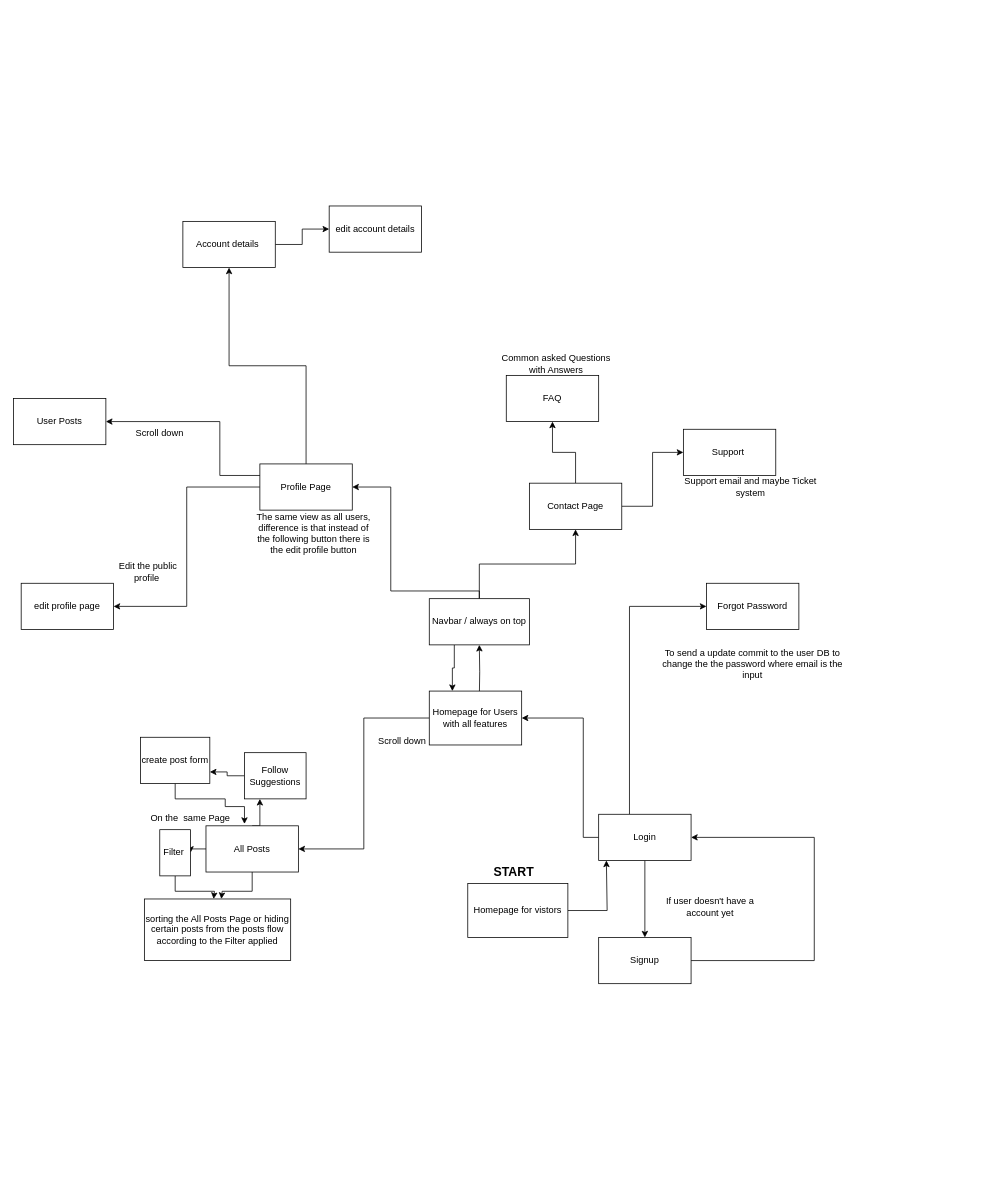
Before: Copy of Website_flow.drawio in MerlinJu/Flask-Website, a draw.io diagram. Source tidied: cells renumbered, new cells numbered last; positions are measured from the earlier drawing's top-left corner, leaving out a move shared by most shapes. Both pictures are drawn from the tidied source at 77%, with x=0, y=0 at pixel (13, 206).
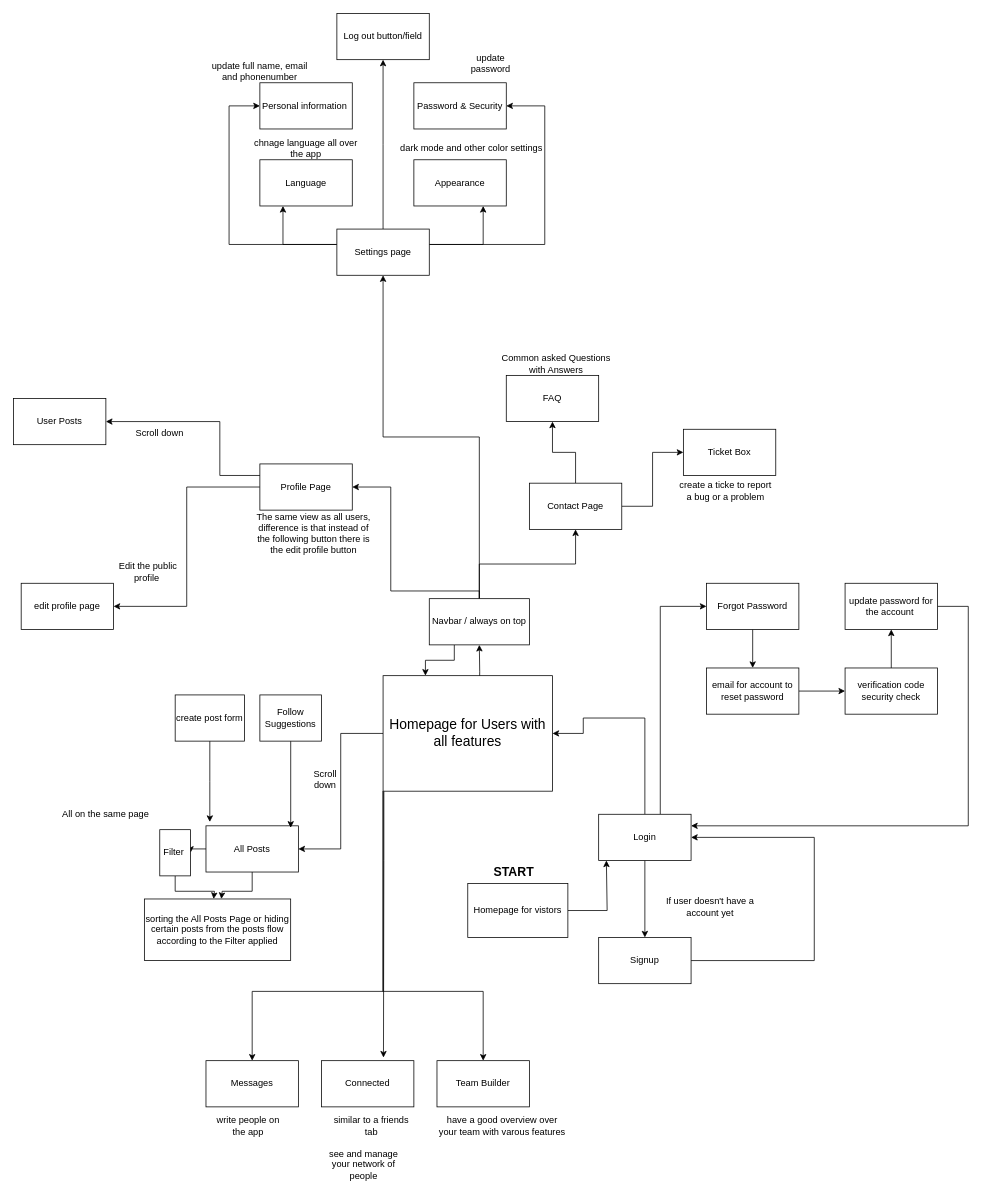
Above is the later version.

The change refers to these unchanged cells:
```xml
<mxCell id="7" value="Login" style="rounded=0;whiteSpace=wrap;html=1;" parent="1" vertex="1">
  <mxGeometry x="760" y="790" width="120" height="60" as="geometry" />
</mxCell>
<mxCell id="17" value="All Posts" style="rounded=0;whiteSpace=wrap;html=1;" parent="1" vertex="1">
  <mxGeometry x="250" y="805" width="120" height="60" as="geometry" />
</mxCell>
<mxCell id="21" value="Forgot Password" style="rounded=0;whiteSpace=wrap;html=1;" parent="1" vertex="1">
  <mxGeometry x="900" y="490" width="120" height="60" as="geometry" />
</mxCell>
<mxCell id="36" value="Profile Page" style="rounded=0;whiteSpace=wrap;html=1;" parent="1" vertex="1">
  <mxGeometry x="320" y="335" width="120" height="60" as="geometry" />
</mxCell>
<mxCell id="52" value="Navbar / always on top" style="rounded=0;whiteSpace=wrap;html=1;" parent="1" vertex="1">
  <mxGeometry x="540" y="510" width="130" height="60" as="geometry" />
</mxCell>
```

The edit, as a diff of the source:
```diff
@@
     <mxCell id="4" style="edgeStyle=orthogonalEdgeStyle;rounded=0;jettySize=auto;html=1;entryX=0;entryY=0.5;entryDx=0;entryDy=0;" parent="1" edge="1" source="7" target="21">
       <mxGeometry relative="1" as="geometry">
         <Array as="points">
-          <mxPoint x="800" y="520" />
+          <mxPoint x="840" y="520" />
         </Array>
       </mxGeometry>
     </mxCell>
@@
+    <mxCell id="53" style="edgeStyle=orthogonalEdgeStyle;rounded=0;jettySize=auto;html=1;" parent="1" edge="1" source="13" target="82">
+      <mxGeometry relative="1" as="geometry">
+        <Array as="points">
+          <mxPoint x="480" y="1020" />
+          <mxPoint x="310" y="1020" />
+        </Array>
+      </mxGeometry>
+    </mxCell>
+    <mxCell id="54" style="edgeStyle=orthogonalEdgeStyle;rounded=0;jettySize=auto;html=1;" parent="1" edge="1" source="13" target="84">
+      <mxGeometry relative="1" as="geometry">
+        <Array as="points">
+          <mxPoint x="480" y="1020" />
+          <mxPoint x="610" y="1020" />
+        </Array>
+      </mxGeometry>
+    </mxCell>
+    <mxCell id="55" style="edgeStyle=orthogonalEdgeStyle;rounded=0;jettySize=auto;html=1;entryX=0.671;entryY=-0.067;entryDx=0;entryDy=0;entryPerimeter=0;" parent="1" edge="1" source="13" target="83">
+      <mxGeometry relative="1" as="geometry">
+        <Array as="points">
+          <mxPoint x="481" y="850" />
+          <mxPoint x="481" y="850" />
+        </Array>
+      </mxGeometry>
+    </mxCell>
-    <mxCell id="13" value="Homepage for Users with all features" style="rounded=0;whiteSpace=wrap;html=1;" parent="1" vertex="1">
-      <mxGeometry x="540" y="630" width="120" height="70" as="geometry" />
+    <mxCell id="13" value="&lt;font style=&quot;font-size: 18px;&quot;&gt;Homepage for Users with all features&lt;/font&gt;" style="rounded=0;whiteSpace=wrap;html=1;" parent="1" vertex="1">
+      <mxGeometry x="480" y="610" width="220" height="150" as="geometry" />
     </mxCell>
@@
-    <mxCell id="16" style="edgeStyle=orthogonalEdgeStyle;rounded=0;jettySize=auto;html=1;exitX=0.5;exitY=0;exitDx=0;exitDy=0;entryX=0.25;entryY=1;entryDx=0;entryDy=0;" parent="1" edge="1" source="17" target="46">
-      <mxGeometry relative="1" as="geometry" />
-    </mxCell>
@@
     <mxCell id="18" value="Scroll down" style="text;html=1;strokeColor=none;fillColor=none;align=center;verticalAlign=middle;whiteSpace=wrap;rounded=0;" parent="1" vertex="1">
-      <mxGeometry x="470" y="680" width="70" height="30" as="geometry" />
+      <mxGeometry x="380" y="730" width="50" height="30" as="geometry" />
     </mxCell>
@@
+    <mxCell id="56" style="edgeStyle=orthogonalEdgeStyle;rounded=0;jettySize=auto;html=1;" parent="1" edge="1" source="21" target="77">
+      <mxGeometry relative="1" as="geometry" />
+    </mxCell>
@@
-    <mxCell id="22" value="To send a update commit to the user DB to change the the password where email is the input" style="text;html=1;strokeColor=none;fillColor=none;align=center;verticalAlign=middle;whiteSpace=wrap;rounded=0;" parent="1" vertex="1">
-      <mxGeometry x="835" y="580" width="250" height="30" as="geometry" />
-    </mxCell>
@@
-    <mxCell id="24" value="On the&amp;nbsp; same Page" style="text;html=1;strokeColor=none;fillColor=none;align=center;verticalAlign=middle;whiteSpace=wrap;rounded=0;" parent="1" vertex="1">
-      <mxGeometry x="160" y="780" width="140" height="30" as="geometry" />
+    <mxCell id="24" value="All on the same page" style="text;html=1;strokeColor=none;fillColor=none;align=center;verticalAlign=middle;whiteSpace=wrap;rounded=0;" parent="1" vertex="1">
+      <mxGeometry x="50" y="775" width="140" height="30" as="geometry" />
     </mxCell>
@@
-    <mxCell id="29" value="Support&amp;nbsp;" style="rounded=0;whiteSpace=wrap;html=1;" parent="1" vertex="1">
+    <mxCell id="29" value="Ticket Box" style="rounded=0;whiteSpace=wrap;html=1;" parent="1" vertex="1">
       <mxGeometry x="870" y="290" width="120" height="60" as="geometry" />
     </mxCell>
@@
-    <mxCell id="32" value="Support email and maybe Ticket system" style="text;html=1;strokeColor=none;fillColor=none;align=center;verticalAlign=middle;whiteSpace=wrap;rounded=0;" parent="1" vertex="1">
-      <mxGeometry x="870" y="350" width="175" height="30" as="geometry" />
-    </mxCell>
@@
-    <mxCell id="35" style="edgeStyle=orthogonalEdgeStyle;rounded=0;jettySize=auto;html=1;" parent="1" edge="1" source="36" target="43">
-      <mxGeometry relative="1" as="geometry" />
-    </mxCell>
@@
-    <mxCell id="42" style="edgeStyle=orthogonalEdgeStyle;rounded=0;jettySize=auto;html=1;entryX=0;entryY=0.5;entryDx=0;entryDy=0;" parent="1" edge="1" source="43" target="44">
-      <mxGeometry relative="1" as="geometry" />
-    </mxCell>
-    <mxCell id="43" value="Account details&amp;nbsp;" style="rounded=0;whiteSpace=wrap;html=1;" parent="1" vertex="1">
-      <mxGeometry x="220" y="20" width="120" height="60" as="geometry" />
-    </mxCell>
-    <mxCell id="44" value="edit account details" style="rounded=0;whiteSpace=wrap;html=1;" parent="1" vertex="1">
-      <mxGeometry x="410" width="120" height="60" as="geometry" />
-    </mxCell>
-    <mxCell id="45" style="edgeStyle=orthogonalEdgeStyle;rounded=0;jettySize=auto;html=1;entryX=1;entryY=0.75;entryDx=0;entryDy=0;" parent="1" edge="1" source="46" target="48">
-      <mxGeometry relative="1" as="geometry" />
-    </mxCell>
+    <mxCell id="57" style="edgeStyle=orthogonalEdgeStyle;rounded=0;jettySize=auto;html=1;entryX=0.917;entryY=0.042;entryDx=0;entryDy=0;entryPerimeter=0;" parent="1" edge="1" source="46" target="17">
+      <mxGeometry relative="1" as="geometry" />
+    </mxCell>
     <mxCell id="46" value="Follow Suggestions" style="rounded=0;whiteSpace=wrap;html=1;" parent="1" vertex="1">
-      <mxGeometry x="300" y="710" width="80" height="60" as="geometry" />
+      <mxGeometry x="320" y="635" width="80" height="60" as="geometry" />
     </mxCell>
-    <mxCell id="47" style="edgeStyle=orthogonalEdgeStyle;rounded=0;jettySize=auto;html=1;entryX=1;entryY=0.75;entryDx=0;entryDy=0;" parent="1" edge="1" source="48" target="24">
-      <mxGeometry relative="1" as="geometry">
-        <Array as="points">
-          <mxPoint x="210" y="770" />
-          <mxPoint x="275" y="770" />
-          <mxPoint x="275" y="780" />
-          <mxPoint x="300" y="780" />
-        </Array>
-      </mxGeometry>
-    </mxCell>
+    <mxCell id="58" style="edgeStyle=orthogonalEdgeStyle;rounded=0;jettySize=auto;html=1;" parent="1" edge="1" source="48">
+      <mxGeometry relative="1" as="geometry">
+        <mxPoint x="255" y="800" as="targetPoint" />
+      </mxGeometry>
+    </mxCell>
     <mxCell id="48" value="create post form" style="rounded=0;whiteSpace=wrap;html=1;" parent="1" vertex="1">
-      <mxGeometry x="165" y="690" width="90" height="60" as="geometry" />
+      <mxGeometry x="210" y="635" width="90" height="60" as="geometry" />
     </mxCell>
@@
+    <mxCell id="59" style="edgeStyle=orthogonalEdgeStyle;rounded=0;jettySize=auto;html=1;" parent="1" edge="1" source="52" target="65">
+      <mxGeometry relative="1" as="geometry" />
+    </mxCell>
@@
+    <mxCell id="60" style="edgeStyle=orthogonalEdgeStyle;rounded=0;jettySize=auto;html=1;" parent="1" edge="1" source="65" target="70">
+      <mxGeometry relative="1" as="geometry">
+        <Array as="points">
+          <mxPoint x="480" y="-80" />
+          <mxPoint x="480" y="-80" />
+        </Array>
+      </mxGeometry>
+    </mxCell>
+    <mxCell id="61" style="edgeStyle=orthogonalEdgeStyle;rounded=0;jettySize=auto;html=1;entryX=0.25;entryY=1;entryDx=0;entryDy=0;" parent="1" edge="1" source="65" target="69">
+      <mxGeometry relative="1" as="geometry">
+        <Array as="points">
+          <mxPoint x="350" y="50" />
+        </Array>
+      </mxGeometry>
+    </mxCell>
+    <mxCell id="62" style="edgeStyle=orthogonalEdgeStyle;rounded=0;jettySize=auto;html=1;entryX=1;entryY=0.5;entryDx=0;entryDy=0;" parent="1" edge="1" source="65" target="67">
+      <mxGeometry relative="1" as="geometry">
+        <Array as="points">
+          <mxPoint x="690" y="50" />
+          <mxPoint x="690" y="-130" />
+        </Array>
+      </mxGeometry>
+    </mxCell>
+    <mxCell id="63" style="edgeStyle=orthogonalEdgeStyle;rounded=0;jettySize=auto;html=1;entryX=0;entryY=0.5;entryDx=0;entryDy=0;" parent="1" edge="1" source="65" target="66">
+      <mxGeometry relative="1" as="geometry">
+        <Array as="points">
+          <mxPoint x="280" y="50" />
+          <mxPoint x="280" y="-130" />
+        </Array>
+      </mxGeometry>
+    </mxCell>
+    <mxCell id="64" style="edgeStyle=orthogonalEdgeStyle;rounded=0;jettySize=auto;html=1;entryX=0.75;entryY=1;entryDx=0;entryDy=0;" parent="1" edge="1" source="65" target="68">
+      <mxGeometry relative="1" as="geometry">
+        <Array as="points">
+          <mxPoint x="610" y="50" />
+        </Array>
+      </mxGeometry>
+    </mxCell>
+    <mxCell id="65" value="Settings page" style="rounded=0;whiteSpace=wrap;html=1;" parent="1" vertex="1">
+      <mxGeometry x="420" y="30" width="120" height="60" as="geometry" />
+    </mxCell>
+    <mxCell id="66" value="Personal information&amp;nbsp;" style="rounded=0;whiteSpace=wrap;html=1;" parent="1" vertex="1">
+      <mxGeometry x="320" y="-160" width="120" height="60" as="geometry" />
+    </mxCell>
+    <mxCell id="67" value="Password &amp;amp; Security" style="rounded=0;whiteSpace=wrap;html=1;" parent="1" vertex="1">
+      <mxGeometry x="520" y="-160" width="120" height="60" as="geometry" />
+    </mxCell>
+    <mxCell id="68" value="Appearance" style="rounded=0;whiteSpace=wrap;html=1;" parent="1" vertex="1">
+      <mxGeometry x="520" y="-60" width="120" height="60" as="geometry" />
+    </mxCell>
+    <mxCell id="69" value="Language" style="rounded=0;whiteSpace=wrap;html=1;" parent="1" vertex="1">
+      <mxGeometry x="320" y="-60" width="120" height="60" as="geometry" />
+    </mxCell>
+    <mxCell id="70" value="Log out button/field" style="rounded=0;whiteSpace=wrap;html=1;" parent="1" vertex="1">
+      <mxGeometry x="420" y="-250" width="120" height="60" as="geometry" />
+    </mxCell>
+    <mxCell id="71" value="update password" style="text;html=1;strokeColor=none;fillColor=none;align=center;verticalAlign=middle;whiteSpace=wrap;rounded=0;" parent="1" vertex="1">
+      <mxGeometry x="590" y="-200" width="60" height="30" as="geometry" />
+    </mxCell>
+    <mxCell id="72" value="update full name, email and phonenumber" style="text;html=1;strokeColor=none;fillColor=none;align=center;verticalAlign=middle;whiteSpace=wrap;rounded=0;" parent="1" vertex="1">
+      <mxGeometry x="250" y="-190" width="140" height="30" as="geometry" />
+    </mxCell>
+    <mxCell id="73" value="chnage language all over the app" style="text;html=1;strokeColor=none;fillColor=none;align=center;verticalAlign=middle;whiteSpace=wrap;rounded=0;" parent="1" vertex="1">
+      <mxGeometry x="310" y="-90" width="140" height="30" as="geometry" />
+    </mxCell>
+    <mxCell id="74" value="dark mode and other color settings" style="text;html=1;strokeColor=none;fillColor=none;align=center;verticalAlign=middle;whiteSpace=wrap;rounded=0;" parent="1" vertex="1">
+      <mxGeometry x="500" y="-90" width="190" height="30" as="geometry" />
+    </mxCell>
+    <mxCell id="75" value="create a ticke to report a bug or a problem" style="text;html=1;strokeColor=none;fillColor=none;align=center;verticalAlign=middle;whiteSpace=wrap;rounded=0;" parent="1" vertex="1">
+      <mxGeometry x="860" y="350" width="130" height="40" as="geometry" />
+    </mxCell>
+    <mxCell id="76" style="edgeStyle=orthogonalEdgeStyle;rounded=0;jettySize=auto;html=1;entryX=0;entryY=0.5;entryDx=0;entryDy=0;" parent="1" edge="1" source="77" target="79">
+      <mxGeometry relative="1" as="geometry" />
+    </mxCell>
+    <mxCell id="77" value="email for account to reset password" style="rounded=0;whiteSpace=wrap;html=1;" parent="1" vertex="1">
+      <mxGeometry x="900" y="600" width="120" height="60" as="geometry" />
+    </mxCell>
+    <mxCell id="78" style="edgeStyle=orthogonalEdgeStyle;rounded=0;jettySize=auto;html=1;entryX=0.5;entryY=1;entryDx=0;entryDy=0;" parent="1" edge="1" source="79" target="81">
+      <mxGeometry relative="1" as="geometry" />
+    </mxCell>
+    <mxCell id="79" value="verification code security check" style="rounded=0;whiteSpace=wrap;html=1;" parent="1" vertex="1">
+      <mxGeometry x="1080" y="600" width="120" height="60" as="geometry" />
+    </mxCell>
+    <mxCell id="80" style="edgeStyle=orthogonalEdgeStyle;rounded=0;jettySize=auto;html=1;entryX=1;entryY=0.25;entryDx=0;entryDy=0;" parent="1" edge="1" source="81" target="7">
+      <mxGeometry relative="1" as="geometry">
+        <Array as="points">
+          <mxPoint x="1240" y="520" />
+          <mxPoint x="1240" y="805" />
+        </Array>
+      </mxGeometry>
+    </mxCell>
+    <mxCell id="81" value="update password for the account&amp;nbsp;" style="rounded=0;whiteSpace=wrap;html=1;" parent="1" vertex="1">
+      <mxGeometry x="1080" y="490" width="120" height="60" as="geometry" />
+    </mxCell>
+    <mxCell id="82" value="Messages" style="rounded=0;whiteSpace=wrap;html=1;" parent="1" vertex="1">
+      <mxGeometry x="250" y="1110" width="120" height="60" as="geometry" />
+    </mxCell>
+    <mxCell id="83" value="Connected" style="rounded=0;whiteSpace=wrap;html=1;" parent="1" vertex="1">
+      <mxGeometry x="400" y="1110" width="120" height="60" as="geometry" />
+    </mxCell>
+    <mxCell id="84" value="Team Builder" style="rounded=0;whiteSpace=wrap;html=1;" parent="1" vertex="1">
+      <mxGeometry x="550" y="1110" width="120" height="60" as="geometry" />
+    </mxCell>
+    <mxCell id="85" value="write people on the app" style="text;html=1;strokeColor=none;fillColor=none;align=center;verticalAlign=middle;whiteSpace=wrap;rounded=0;" parent="1" vertex="1">
+      <mxGeometry x="260" y="1180" width="90" height="30" as="geometry" />
+    </mxCell>
+    <mxCell id="86" value="similar to a friends tab" style="text;html=1;strokeColor=none;fillColor=none;align=center;verticalAlign=middle;whiteSpace=wrap;rounded=0;" parent="1" vertex="1">
+      <mxGeometry x="410" y="1180" width="110" height="30" as="geometry" />
+    </mxCell>
+    <mxCell id="87" value="see and manage your network of people" style="text;html=1;strokeColor=none;fillColor=none;align=center;verticalAlign=middle;whiteSpace=wrap;rounded=0;" parent="1" vertex="1">
+      <mxGeometry x="400" y="1230" width="110" height="30" as="geometry" />
+    </mxCell>
+    <mxCell id="88" value="have a good overview over your team with varous features" style="text;html=1;strokeColor=none;fillColor=none;align=center;verticalAlign=middle;whiteSpace=wrap;rounded=0;" parent="1" vertex="1">
+      <mxGeometry x="550" y="1180" width="170" height="30" as="geometry" />
+    </mxCell>
```
